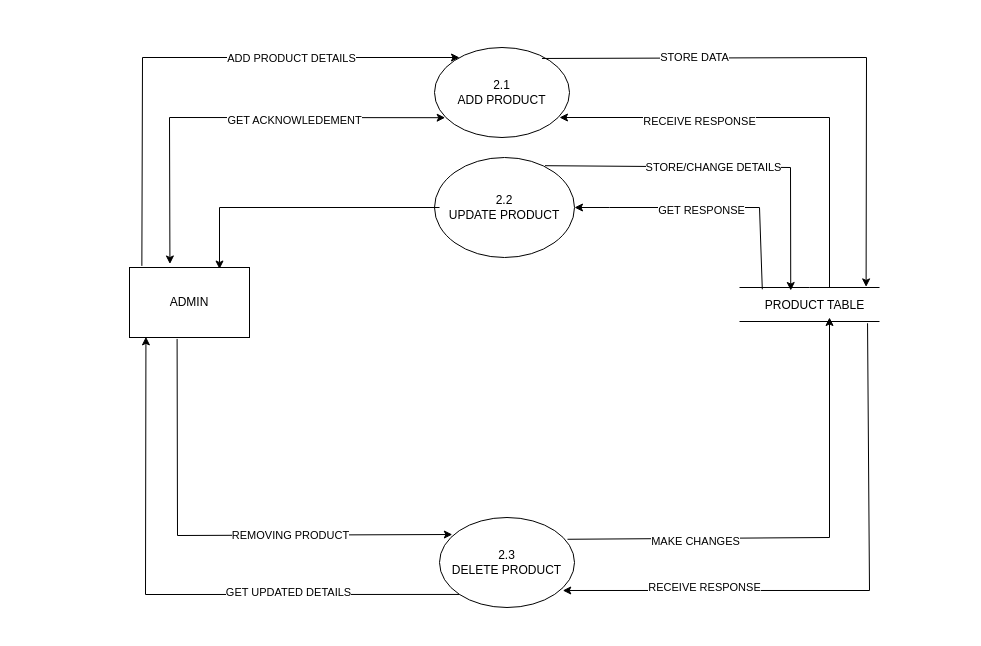
Before: page "DFD-2(EXA)" (12 of 14) of Usecase userside.drawio in panchalbhavya2210/gift_documentation, a draw.io diagram. Source tidied: cells renumbered, new cells numbered last; positions are measured from the earlier drawing's top-left corner, leaving out a move shared by most shapes. Both pictures are drawn from the tidied source at 100%, with x=0, y=0 at pixel (129, 47).
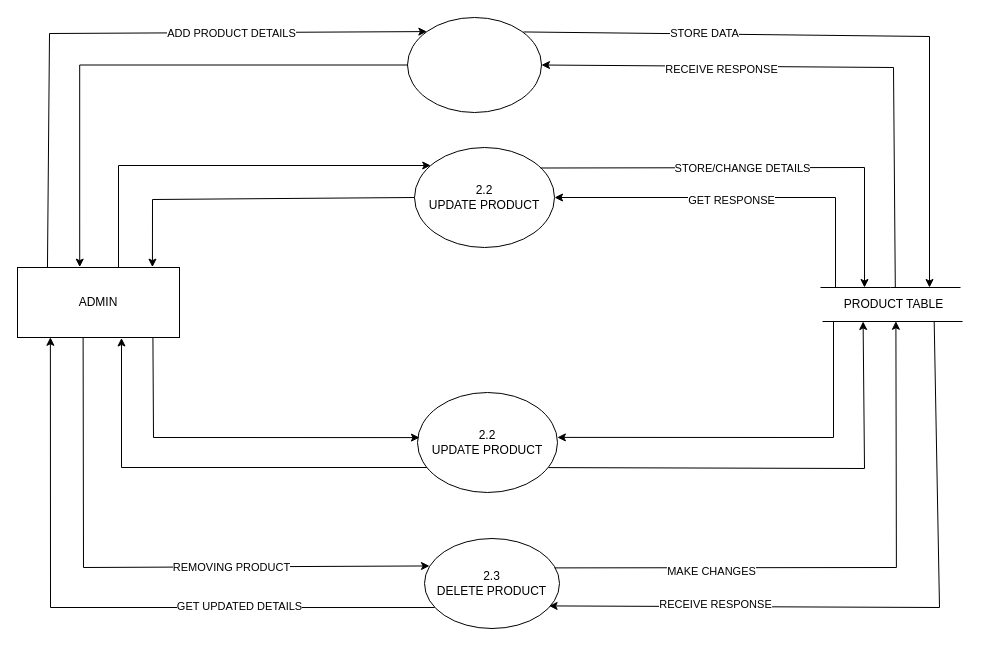
The same page after the edit.

Change to the diagram source:
```diff
@@
+    <mxCell id="31" style="edgeStyle=orthogonalEdgeStyle;rounded=0;jettySize=auto;html=1;entryX=0.384;entryY=-0.005;entryDx=0;entryDy=0;entryPerimeter=0;" parent="1" edge="1" source="2" target="3">
+      <mxGeometry relative="1" as="geometry" />
+    </mxCell>
-    <mxCell id="2" value="2.1&lt;br&gt;ADD PRODUCT" style="ellipse;whiteSpace=wrap;html=1;" parent="1" vertex="1">
-      <mxGeometry x="305" width="135" height="90" as="geometry" />
+    <mxCell id="2" style="ellipse;whiteSpace=wrap;html=1;" parent="1" vertex="1">
+      <mxGeometry x="278" y="-30" width="134" height="95" as="geometry" />
     </mxCell>
+    <mxCell id="32" style="edgeStyle=orthogonalEdgeStyle;rounded=0;jettySize=auto;html=1;exitX=0.5;exitY=0;exitDx=0;exitDy=0;" parent="1" edge="1" target="4">
+      <mxGeometry relative="1" as="geometry">
+        <mxPoint x="-83" y="220" as="sourcePoint" />
+        <Array as="points">
+          <mxPoint x="-11" y="220" />
+          <mxPoint x="-11" y="118" />
+        </Array>
+      </mxGeometry>
+    </mxCell>
     <mxCell id="3" value="ADMIN" style="rounded=0;whiteSpace=wrap;html=1;" parent="1" vertex="1">
-      <mxGeometry y="220" width="120" height="70" as="geometry" />
+      <mxGeometry x="-112" y="220" width="162" height="70" as="geometry" />
     </mxCell>
     <mxCell id="4" value="2.2&lt;br&gt;UPDATE PRODUCT" style="ellipse;whiteSpace=wrap;html=1;" parent="1" vertex="1">
-      <mxGeometry x="305" y="110" width="140" height="100" as="geometry" />
+      <mxGeometry x="285" y="100" width="140" height="100" as="geometry" />
     </mxCell>
     <mxCell id="5" style="endArrow=none;html=1;rounded=0;" parent="1" edge="1">
       <mxGeometry relative="1" as="geometry">
-        <mxPoint x="610" y="240" as="sourcePoint" />
-        <mxPoint x="750" y="240" as="targetPoint" />
+        <mxPoint x="691" y="240" as="sourcePoint" />
+        <mxPoint x="831" y="240" as="targetPoint" />
         <Array as="points">
-          <mxPoint x="680" y="240" />
+          <mxPoint x="761" y="240" />
         </Array>
       </mxGeometry>
     </mxCell>
     <mxCell id="6" style="endArrow=none;html=1;rounded=0;" parent="1" edge="1">
       <mxGeometry relative="1" as="geometry">
-        <mxPoint x="610" y="274" as="sourcePoint" />
-        <mxPoint x="750" y="274" as="targetPoint" />
+        <mxPoint x="693" y="274" as="sourcePoint" />
+        <mxPoint x="833" y="274" as="targetPoint" />
       </mxGeometry>
     </mxCell>
     <mxCell id="7" value="PRODUCT TABLE" style="text;html=1;align=center;verticalAlign=middle;points=[];strokeColor=none;fillColor=none;" parent="1" vertex="1">
-      <mxGeometry x="625" y="243" width="120" height="30" as="geometry" />
+      <mxGeometry x="704" y="242" width="120" height="30" as="geometry" />
     </mxCell>
     <mxCell id="8" value="2.3&lt;br&gt;DELETE PRODUCT" style="ellipse;whiteSpace=wrap;html=1;" parent="1" vertex="1">
-      <mxGeometry x="310" y="470" width="135" height="90" as="geometry" />
+      <mxGeometry x="295" y="491" width="135" height="90" as="geometry" />
     </mxCell>
-    <mxCell id="9" style="endArrow=classic;html=1;rounded=0;entryX=0.93;entryY=-0.12;entryDx=0;entryDy=0;entryPerimeter=0;exitX=0.796;exitY=0.122;exitDx=0;exitDy=0;exitPerimeter=0;" parent="1" edge="1" source="2" target="7">
+    <mxCell id="9" style="endArrow=classic;html=1;rounded=0;exitX=0.865;exitY=0.152;exitDx=0;exitDy=0;exitPerimeter=0;" parent="1" edge="1" source="2">
       <mxGeometry relative="1" as="geometry">
+        <mxPoint x="800" y="240" as="targetPoint" />
         <Array as="points">
-          <mxPoint x="737" y="10" />
+          <mxPoint x="800" y="-11" />
         </Array>
       </mxGeometry>
     </mxCell>
@@
-    <mxCell id="11" style="endArrow=classic;html=1;rounded=0;" parent="1" edge="1">
+    <mxCell id="11" style="endArrow=classic;html=1;rounded=0;entryX=1;entryY=0.5;entryDx=0;entryDy=0;exitX=0.515;exitY=-0.078;exitDx=0;exitDy=0;exitPerimeter=0;" parent="1" edge="1" source="7" target="2">
       <mxGeometry relative="1" as="geometry">
-        <mxPoint x="700" y="240" as="sourcePoint" />
-        <mxPoint x="430" y="70" as="targetPoint" />
         <Array as="points">
-          <mxPoint x="700" y="70" />
+          <mxPoint x="764" y="20" />
         </Array>
       </mxGeometry>
     </mxCell>
@@
-    <mxCell id="13" style="endArrow=classic;html=1;rounded=0;exitX=0.103;exitY=-0.023;exitDx=0;exitDy=0;exitPerimeter=0;" parent="1" edge="1" source="3">
+    <mxCell id="13" style="endArrow=classic;html=1;rounded=0;exitX=0.185;exitY=0.002;exitDx=0;exitDy=0;entryX=0;entryY=0;entryDx=0;entryDy=0;exitPerimeter=0;" parent="1" edge="1" source="3" target="2">
       <mxGeometry relative="1" as="geometry">
-        <mxPoint x="330" y="10" as="targetPoint" />
         <Array as="points">
-          <mxPoint x="13" y="10" />
+          <mxPoint x="-80" y="-14" />
         </Array>
       </mxGeometry>
     </mxCell>
@@
-    <mxCell id="15" style="endArrow=classic;html=1;rounded=0;entryX=0.079;entryY=0.78;entryDx=0;entryDy=0;entryPerimeter=0;" parent="1" edge="1" target="2">
-      <mxGeometry relative="1" as="geometry">
-        <mxPoint x="40" y="70" as="sourcePoint" />
-      </mxGeometry>
-    </mxCell>
-    <mxCell id="16" value="GET ACKNOWLEDEMENT" style="edgeLabel;html=1;align=center;verticalAlign=middle;" parent="15" vertex="1">
-      <mxGeometry x="-0.09" y="-2" relative="1" as="geometry" />
-    </mxCell>
-    <mxCell id="17" style="endArrow=classic;html=1;rounded=0;entryX=0.337;entryY=-0.05;entryDx=0;entryDy=0;entryPerimeter=0;" parent="1" edge="1" target="3">
-      <mxGeometry relative="1" as="geometry">
-        <mxPoint x="40" y="70" as="sourcePoint" />
-      </mxGeometry>
-    </mxCell>
-    <mxCell id="18" style="endArrow=classic;html=1;rounded=0;entryX=0.75;entryY=0.022;entryDx=0;entryDy=0;exitX=0.036;exitY=0.5;exitDx=0;exitDy=0;exitPerimeter=0;entryPerimeter=0;" parent="1" edge="1" source="4" target="3">
+    <mxCell id="18" style="endArrow=classic;html=1;rounded=0;entryX=0.833;entryY=-0.005;entryDx=0;entryDy=0;entryPerimeter=0;exitX=0;exitY=0.5;exitDx=0;exitDy=0;" parent="1" edge="1" source="4" target="3">
       <mxGeometry relative="1" as="geometry">
         <Array as="points">
-          <mxPoint x="90" y="160" />
+          <mxPoint x="23" y="152" />
         </Array>
       </mxGeometry>
     </mxCell>
-    <mxCell id="19" style="endArrow=classic;html=1;rounded=0;exitX=0.789;exitY=0.082;exitDx=0;exitDy=0;exitPerimeter=0;entryX=0.302;entryY=0;entryDx=0;entryDy=0;entryPerimeter=0;" parent="1" edge="1" source="4" target="7">
+    <mxCell id="19" style="endArrow=classic;html=1;rounded=0;exitX=0.9;exitY=0.205;exitDx=0;exitDy=0;exitPerimeter=0;" parent="1" edge="1" source="4">
       <mxGeometry relative="1" as="geometry">
+        <mxPoint x="735" y="240" as="targetPoint" />
         <Array as="points">
-          <mxPoint x="661" y="120" />
+          <mxPoint x="735" y="120" />
         </Array>
       </mxGeometry>
     </mxCell>
@@
-    <mxCell id="21" style="endArrow=classic;html=1;rounded=0;exitX=0.065;exitY=-0.04;exitDx=0;exitDy=0;exitPerimeter=0;entryX=1;entryY=0.5;entryDx=0;entryDy=0;" parent="1" edge="1" source="7" target="4">
+    <mxCell id="21" style="endArrow=classic;html=1;rounded=0;entryX=1;entryY=0.5;entryDx=0;entryDy=0;" parent="1" edge="1" target="4">
       <mxGeometry relative="1" as="geometry">
+        <mxPoint x="706" y="240" as="sourcePoint" />
         <Array as="points">
-          <mxPoint x="630" y="160" />
-          <mxPoint x="590" y="160" />
-          <mxPoint x="480" y="160" />
+          <mxPoint x="706" y="150" />
+          <mxPoint x="620" y="150" />
         </Array>
       </mxGeometry>
     </mxCell>
@@
-    <mxCell id="23" style="endArrow=classic;html=1;rounded=0;entryX=0.137;entryY=0.991;entryDx=0;entryDy=0;exitX=0;exitY=1;exitDx=0;exitDy=0;entryPerimeter=0;" parent="1" edge="1" source="8" target="3">
+    <mxCell id="23" style="endArrow=classic;html=1;rounded=0;exitX=0.075;exitY=0.767;exitDx=0;exitDy=0;exitPerimeter=0;entryX=0.203;entryY=0.997;entryDx=0;entryDy=0;entryPerimeter=0;" parent="1" edge="1" source="8" target="3">
       <mxGeometry relative="1" as="geometry">
         <Array as="points">
-          <mxPoint x="16" y="547" />
+          <mxPoint x="-79" y="560" />
         </Array>
       </mxGeometry>
     </mxCell>
@@
-    <mxCell id="25" style="endArrow=classic;html=1;rounded=0;entryX=0.095;entryY=0.189;entryDx=0;entryDy=0;entryPerimeter=0;exitX=0.397;exitY=1.049;exitDx=0;exitDy=0;exitPerimeter=0;" parent="1" edge="1" target="8">
+    <mxCell id="25" style="endArrow=classic;html=1;rounded=0;entryX=0.037;entryY=0.305;entryDx=0;entryDy=0;entryPerimeter=0;exitX=0.405;exitY=1.007;exitDx=0;exitDy=0;exitPerimeter=0;" parent="1" edge="1" source="3" target="8">
       <mxGeometry relative="1" as="geometry">
-        <mxPoint x="47.6" y="291.4" as="sourcePoint" />
         <Array as="points">
-          <mxPoint x="48" y="488" />
+          <mxPoint x="-46" y="520" />
         </Array>
       </mxGeometry>
     </mxCell>
@@
-    <mxCell id="27" style="endArrow=classic;html=1;rounded=0;exitX=0.948;exitY=0.242;exitDx=0;exitDy=0;exitPerimeter=0;" parent="1" edge="1" source="8">
+    <mxCell id="27" style="endArrow=classic;html=1;rounded=0;exitX=0.956;exitY=0.271;exitDx=0;exitDy=0;exitPerimeter=0;entryX=0.52;entryY=1.059;entryDx=0;entryDy=0;entryPerimeter=0;" parent="1" edge="1" target="7">
       <mxGeometry relative="1" as="geometry">
-        <mxPoint x="700" y="270" as="targetPoint" />
+        <mxPoint x="425" y="520.4" as="sourcePoint" />
         <Array as="points">
-          <mxPoint x="700" y="490" />
+          <mxPoint x="766.9" y="520" />
         </Array>
       </mxGeometry>
     </mxCell>
@@
-    <mxCell id="29" style="endArrow=classic;html=1;rounded=0;entryX=0.913;entryY=0.811;entryDx=0;entryDy=0;entryPerimeter=0;exitX=0.942;exitY=1.093;exitDx=0;exitDy=0;exitPerimeter=0;" parent="1" edge="1" source="7" target="8">
+    <mxCell id="29" style="endArrow=classic;html=1;rounded=0;entryX=0.923;entryY=0.749;entryDx=0;entryDy=0;entryPerimeter=0;exitX=0.839;exitY=1.048;exitDx=0;exitDy=0;exitPerimeter=0;" parent="1" edge="1" source="7" target="8">
       <mxGeometry relative="1" as="geometry">
         <Array as="points">
-          <mxPoint x="740" y="543" />
+          <mxPoint x="810" y="560" />
         </Array>
       </mxGeometry>
     </mxCell>
@@
+    <mxCell id="33" value="2.2&lt;br&gt;UPDATE PRODUCT" style="ellipse;whiteSpace=wrap;html=1;" parent="1" vertex="1">
+      <mxGeometry x="288" y="345" width="140" height="100" as="geometry" />
+    </mxCell>
+    <mxCell id="34" style="endArrow=classic;html=1;rounded=0;entryX=0.999;entryY=0.449;entryDx=0;entryDy=0;entryPerimeter=0;" parent="1" edge="1" target="33">
+      <mxGeometry relative="1" as="geometry">
+        <mxPoint x="704" y="274" as="sourcePoint" />
+        <Array as="points">
+          <mxPoint x="704" y="390" />
+        </Array>
+      </mxGeometry>
+    </mxCell>
+    <mxCell id="35" style="endArrow=classic;html=1;rounded=0;entryX=0.222;entryY=0.933;entryDx=0;entryDy=0;entryPerimeter=0;exitX=0.935;exitY=0.751;exitDx=0;exitDy=0;exitPerimeter=0;" parent="1" edge="1" source="33">
+      <mxGeometry relative="1" as="geometry">
+        <mxPoint x="733.6" y="274" as="targetPoint" />
+        <Array as="points">
+          <mxPoint x="735" y="421" />
+        </Array>
+      </mxGeometry>
+    </mxCell>
+    <mxCell id="36" style="endArrow=classic;html=1;rounded=0;entryX=0.642;entryY=1.007;entryDx=0;entryDy=0;entryPerimeter=0;exitX=0.067;exitY=0.75;exitDx=0;exitDy=0;exitPerimeter=0;" parent="1" edge="1" source="33" target="3">
+      <mxGeometry relative="1" as="geometry">
+        <Array as="points">
+          <mxPoint x="-8" y="420" />
+        </Array>
+      </mxGeometry>
+    </mxCell>
+    <mxCell id="37" style="endArrow=classic;html=1;rounded=0;entryX=0.014;entryY=0.451;entryDx=0;entryDy=0;entryPerimeter=0;exitX=0.836;exitY=1.008;exitDx=0;exitDy=0;exitPerimeter=0;" parent="1" edge="1" source="3" target="33">
+      <mxGeometry relative="1" as="geometry">
+        <Array as="points">
+          <mxPoint x="24" y="390" />
+        </Array>
+      </mxGeometry>
+    </mxCell>
```
